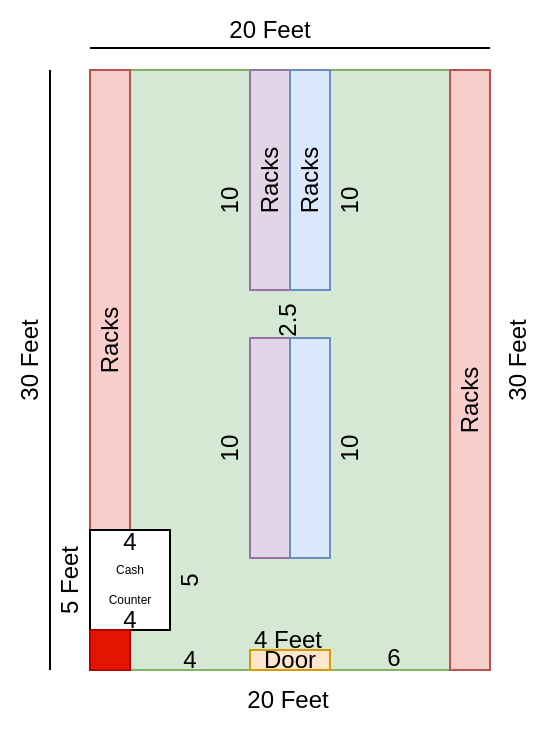
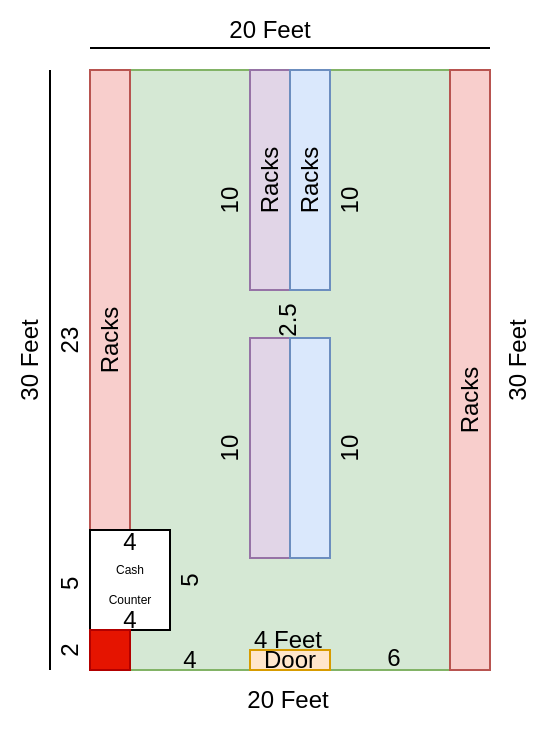
<mxfile host="app.diagrams.net">
  <diagram name="Page-1" id="zG6hiOXuOmAUIq7qCYwK">
-     <mxGraphModel dx="651" dy="364" grid="1" gridSize="10" guides="1" tooltips="1" connect="1" arrows="1" fold="1" page="1" pageScale="1" pageWidth="827" pageHeight="1169" math="0" shadow="0">
+     <mxGraphModel dx="830" dy="465" grid="1" gridSize="10" guides="1" tooltips="1" connect="1" arrows="1" fold="1" page="1" pageScale="1" pageWidth="827" pageHeight="1169" math="0" shadow="0">
      <root>
        <mxCell id="0" />
        <mxCell id="1" parent="0" />
        <mxCell id="E7O0KfWV2V88D2bBGpZ0-1" parent="1" style="whiteSpace=wrap;html=1;fillColor=#d5e8d4;strokeColor=#82b366;" value="" vertex="1">
          <mxGeometry height="300" width="200" x="230" y="170" as="geometry" />
        </mxCell>
        <mxCell id="E7O0KfWV2V88D2bBGpZ0-2" parent="1" style="whiteSpace=wrap;html=1;fillColor=#f8cecc;strokeColor=#b85450;" value="" vertex="1">
          <mxGeometry height="230" width="20" x="230" y="170" as="geometry" />
        </mxCell>
        <mxCell id="E7O0KfWV2V88D2bBGpZ0-3" parent="1" style="whiteSpace=wrap;html=1;fillColor=#f8cecc;strokeColor=#b85450;" value="" vertex="1">
          <mxGeometry height="300" width="20" x="410" y="170" as="geometry" />
        </mxCell>
        <mxCell id="E7O0KfWV2V88D2bBGpZ0-4" parent="1" style="whiteSpace=wrap;html=1;fillColor=#e1d5e7;strokeColor=#9673a6;" value="" vertex="1">
          <mxGeometry height="110" width="20" x="310" y="170" as="geometry" />
        </mxCell>
        <mxCell id="E7O0KfWV2V88D2bBGpZ0-5" parent="1" style="whiteSpace=wrap;html=1;fillColor=#dae8fc;strokeColor=#6c8ebf;" value="" vertex="1">
          <mxGeometry height="110" width="20" x="330" y="170" as="geometry" />
        </mxCell>
        <mxCell id="E7O0KfWV2V88D2bBGpZ0-6" parent="1" style="whiteSpace=wrap;html=1;" value="&lt;font style=&quot;font-size: 6px;&quot;&gt;Cash&lt;/font&gt;&lt;div&gt;&lt;font style=&quot;font-size: 6px;&quot;&gt;Counter&lt;/font&gt;&lt;/div&gt;" vertex="1">
          <mxGeometry height="50" width="40" x="230" y="400" as="geometry" />
        </mxCell>
        <mxCell id="E7O0KfWV2V88D2bBGpZ0-7" parent="1" style="text;html=1;whiteSpace=wrap;strokeColor=none;fillColor=none;align=center;verticalAlign=middle;rounded=0;rotation=270;" value="Racks" vertex="1">
          <mxGeometry height="30" width="60" x="310" y="210" as="geometry" />
        </mxCell>
        <mxCell id="E7O0KfWV2V88D2bBGpZ0-8" parent="1" style="text;html=1;whiteSpace=wrap;strokeColor=none;fillColor=none;align=center;verticalAlign=middle;rounded=0;rotation=270;" value="Racks" vertex="1">
          <mxGeometry height="30" width="60" x="390" y="320" as="geometry" />
        </mxCell>
        <mxCell id="E7O0KfWV2V88D2bBGpZ0-9" parent="1" style="text;html=1;whiteSpace=wrap;strokeColor=none;fillColor=none;align=center;verticalAlign=middle;rounded=0;rotation=270;" value="Racks" vertex="1">
          <mxGeometry height="30" width="60" x="290" y="210" as="geometry" />
        </mxCell>
        <mxCell id="E7O0KfWV2V88D2bBGpZ0-10" parent="1" style="text;html=1;whiteSpace=wrap;strokeColor=none;fillColor=none;align=center;verticalAlign=middle;rounded=0;rotation=270;" value="Racks" vertex="1">
          <mxGeometry height="30" width="60" x="210" y="290" as="geometry" />
        </mxCell>
        <mxCell id="E7O0KfWV2V88D2bBGpZ0-11" parent="1" style="text;html=1;whiteSpace=wrap;strokeColor=#d79b00;fillColor=#ffe6cc;align=center;verticalAlign=middle;rounded=0;" value="Door" vertex="1">
          <mxGeometry height="10" width="40" x="310" y="460" as="geometry" />
        </mxCell>
        <mxCell id="E7O0KfWV2V88D2bBGpZ0-12" parent="1" style="text;html=1;whiteSpace=wrap;strokeColor=none;fillColor=none;align=center;verticalAlign=middle;rounded=0;" value="20 Feet" vertex="1">
          <mxGeometry height="30" width="60" x="299" y="470" as="geometry" />
        </mxCell>
        <mxCell id="E7O0KfWV2V88D2bBGpZ0-13" parent="1" style="text;html=1;whiteSpace=wrap;strokeColor=none;fillColor=none;align=center;verticalAlign=middle;rounded=0;" value="20 Feet" vertex="1">
          <mxGeometry height="30" width="60" x="290" y="135" as="geometry" />
        </mxCell>
        <mxCell id="E7O0KfWV2V88D2bBGpZ0-14" parent="1" style="text;html=1;whiteSpace=wrap;strokeColor=none;fillColor=none;align=center;verticalAlign=middle;rounded=0;rotation=270;" value="30 Feet" vertex="1">
          <mxGeometry height="30" width="60" x="414" y="300" as="geometry" />
        </mxCell>
        <mxCell id="E7O0KfWV2V88D2bBGpZ0-15" parent="1" style="text;html=1;whiteSpace=wrap;strokeColor=none;fillColor=none;align=center;verticalAlign=middle;rounded=0;rotation=270;" value="30 Feet" vertex="1">
          <mxGeometry height="30" width="60" x="170" y="300" as="geometry" />
        </mxCell>
        <mxCell id="E7O0KfWV2V88D2bBGpZ0-18" parent="1" style="whiteSpace=wrap;html=1;fillColor=#e1d5e7;strokeColor=#9673a6;" value="" vertex="1">
          <mxGeometry height="110" width="20" x="310" y="304" as="geometry" />
        </mxCell>
        <mxCell id="E7O0KfWV2V88D2bBGpZ0-20" parent="1" style="whiteSpace=wrap;html=1;fillColor=#dae8fc;strokeColor=#6c8ebf;" value="" vertex="1">
          <mxGeometry height="110" width="20" x="330" y="304" as="geometry" />
        </mxCell>
        <mxCell id="E7O0KfWV2V88D2bBGpZ0-21" parent="1" style="text;html=1;whiteSpace=wrap;strokeColor=none;fillColor=none;align=center;verticalAlign=middle;rounded=0;" value="4 Feet" vertex="1">
          <mxGeometry height="10" width="50" x="304" y="450" as="geometry" />
        </mxCell>
        <mxCell id="E7O0KfWV2V88D2bBGpZ0-22" parent="1" style="whiteSpace=wrap;html=1;aspect=fixed;fillColor=#e51400;fontColor=#ffffff;strokeColor=#B20000;" value="" vertex="1">
          <mxGeometry height="20" width="20" x="230" y="450" as="geometry" />
        </mxCell>
-         <mxCell id="E7O0KfWV2V88D2bBGpZ0-25" parent="1" style="text;html=1;whiteSpace=wrap;strokeColor=none;fillColor=none;align=center;verticalAlign=middle;rounded=0;rotation=270;" value="5 Feet" vertex="1">
+         <mxCell id="E7O0KfWV2V88D2bBGpZ0-25" parent="1" style="text;html=1;whiteSpace=wrap;strokeColor=none;fillColor=none;align=center;verticalAlign=middle;rounded=0;rotation=270;" value="5&amp;nbsp;" vertex="1">
          <mxGeometry height="10" width="40" x="200" y="420" as="geometry" />
        </mxCell>
        <mxCell id="E7O0KfWV2V88D2bBGpZ0-26" parent="1" style="text;html=1;whiteSpace=wrap;strokeColor=none;fillColor=none;align=center;verticalAlign=middle;rounded=0;" value="4" vertex="1">
          <mxGeometry height="10" width="20" x="240" y="440" as="geometry" />
        </mxCell>
        <mxCell id="E7O0KfWV2V88D2bBGpZ0-27" parent="1" style="text;html=1;whiteSpace=wrap;strokeColor=none;fillColor=none;align=center;verticalAlign=middle;rounded=0;" value="4" vertex="1">
          <mxGeometry height="10" width="20" x="240" y="401" as="geometry" />
        </mxCell>
        <mxCell id="E7O0KfWV2V88D2bBGpZ0-28" parent="1" style="text;html=1;whiteSpace=wrap;strokeColor=none;fillColor=none;align=center;verticalAlign=middle;rounded=0;rotation=270;" value="5" vertex="1">
          <mxGeometry height="10" width="20" x="270" y="420" as="geometry" />
        </mxCell>
        <mxCell id="E7O0KfWV2V88D2bBGpZ0-29" parent="1" style="text;html=1;whiteSpace=wrap;strokeColor=none;fillColor=none;align=center;verticalAlign=middle;rounded=0;rotation=270;" value="10" vertex="1">
          <mxGeometry height="10" width="20" x="290" y="230" as="geometry" />
        </mxCell>
        <mxCell id="E7O0KfWV2V88D2bBGpZ0-30" parent="1" style="text;html=1;whiteSpace=wrap;strokeColor=none;fillColor=none;align=center;verticalAlign=middle;rounded=0;rotation=270;" value="10" vertex="1">
          <mxGeometry height="10" width="20" x="350" y="230" as="geometry" />
        </mxCell>
        <mxCell id="E7O0KfWV2V88D2bBGpZ0-31" parent="1" style="text;html=1;whiteSpace=wrap;strokeColor=none;fillColor=none;align=center;verticalAlign=middle;rounded=0;rotation=270;" value="10" vertex="1">
          <mxGeometry height="10" width="20" x="290" y="354" as="geometry" />
        </mxCell>
        <mxCell id="E7O0KfWV2V88D2bBGpZ0-32" parent="1" style="text;html=1;whiteSpace=wrap;strokeColor=none;fillColor=none;align=center;verticalAlign=middle;rounded=0;rotation=270;" value="10" vertex="1">
          <mxGeometry height="10" width="20" x="350" y="354" as="geometry" />
        </mxCell>
        <mxCell id="E7O0KfWV2V88D2bBGpZ0-34" parent="1" style="text;html=1;whiteSpace=wrap;strokeColor=none;fillColor=none;align=center;verticalAlign=middle;rounded=0;" value="4" vertex="1">
          <mxGeometry height="10" width="20" x="270" y="460" as="geometry" />
        </mxCell>
        <mxCell id="E7O0KfWV2V88D2bBGpZ0-35" parent="1" style="text;html=1;whiteSpace=wrap;strokeColor=none;fillColor=none;align=center;verticalAlign=middle;rounded=0;" value="6" vertex="1">
          <mxGeometry height="10" width="20" x="372" y="459" as="geometry" />
        </mxCell>
        <mxCell id="E7O0KfWV2V88D2bBGpZ0-37" parent="1" style="text;html=1;whiteSpace=wrap;strokeColor=none;fillColor=none;align=center;verticalAlign=middle;rounded=0;rotation=270;" value="2.5" vertex="1">
          <mxGeometry height="10" width="20" x="319" y="290" as="geometry" />
        </mxCell>
        <mxCell id="E7O0KfWV2V88D2bBGpZ0-38" edge="1" parent="1" style="endArrow=none;html=1;rounded=0;" value="">
          <mxGeometry height="50" relative="1" width="50" as="geometry">
            <mxPoint x="210" y="470" as="sourcePoint" />
            <mxPoint x="210" y="170" as="targetPoint" />
          </mxGeometry>
        </mxCell>
        <mxCell id="E7O0KfWV2V88D2bBGpZ0-39" edge="1" parent="1" style="endArrow=none;html=1;rounded=0;" value="">
          <mxGeometry height="50" relative="1" width="50" as="geometry">
            <mxPoint x="230" y="159" as="sourcePoint" />
            <mxPoint x="430" y="159" as="targetPoint" />
          </mxGeometry>
        </mxCell>
+         <mxCell id="E7O0KfWV2V88D2bBGpZ0-40" parent="1" style="text;html=1;whiteSpace=wrap;strokeColor=none;fillColor=none;align=center;verticalAlign=middle;rounded=0;rotation=270;" value="2" vertex="1">
+           <mxGeometry height="10" width="20" x="210" y="455" as="geometry" />
+         </mxCell>
+         <mxCell id="E7O0KfWV2V88D2bBGpZ0-41" parent="1" style="text;html=1;whiteSpace=wrap;strokeColor=none;fillColor=none;align=center;verticalAlign=middle;rounded=0;rotation=270;" value="23" vertex="1">
+           <mxGeometry height="10" width="40" x="200" y="300" as="geometry" />
+         </mxCell>
      </root>
    </mxGraphModel>
  </diagram>
</mxfile>
